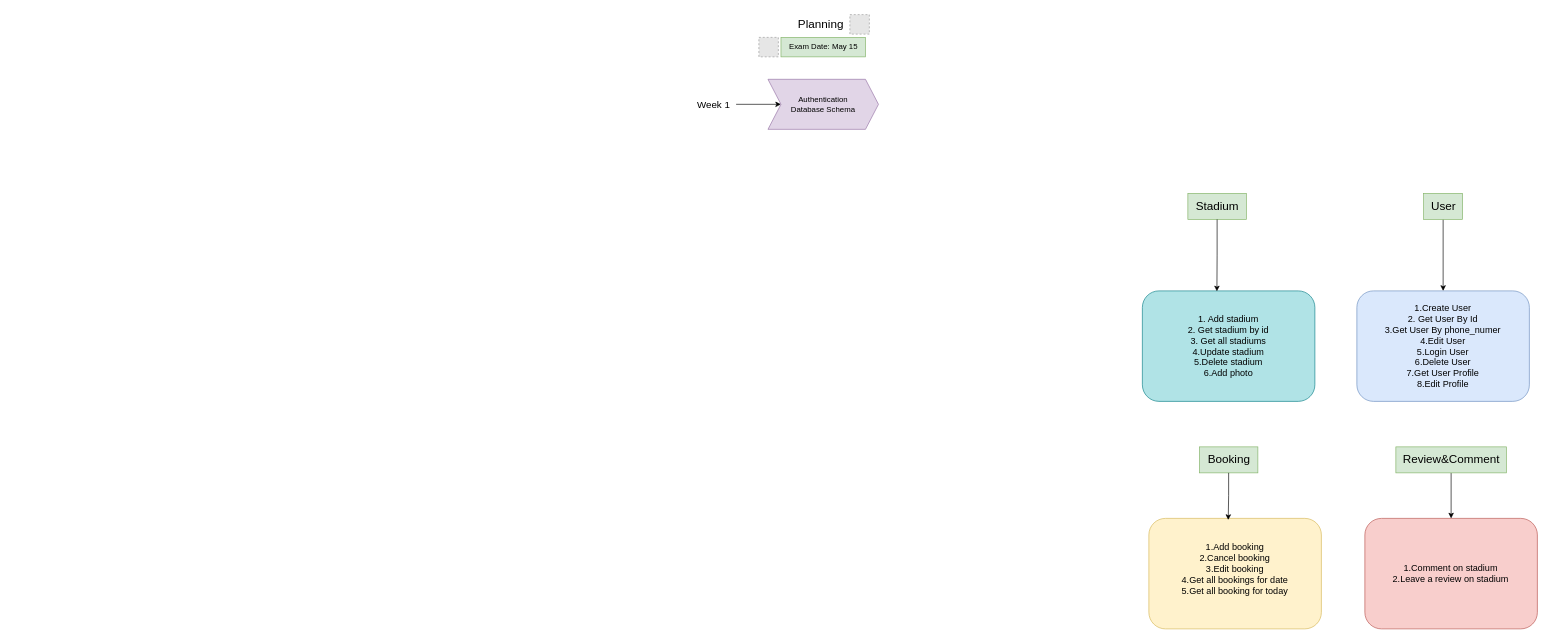
This is goball.drawio from abdukod1rov/git-demo, a draw.io file, before an edit. Source tidied: cells renumbered, new cells numbered last; positions are measured from the earlier drawing's top-left corner, leaving out a move shared by most shapes. Both pictures are drawn from the tidied source at 65%, with x=0, y=0 at pixel (690, 11). Pictures stored in the file or linked from it are replaced by grey dashed boxes.
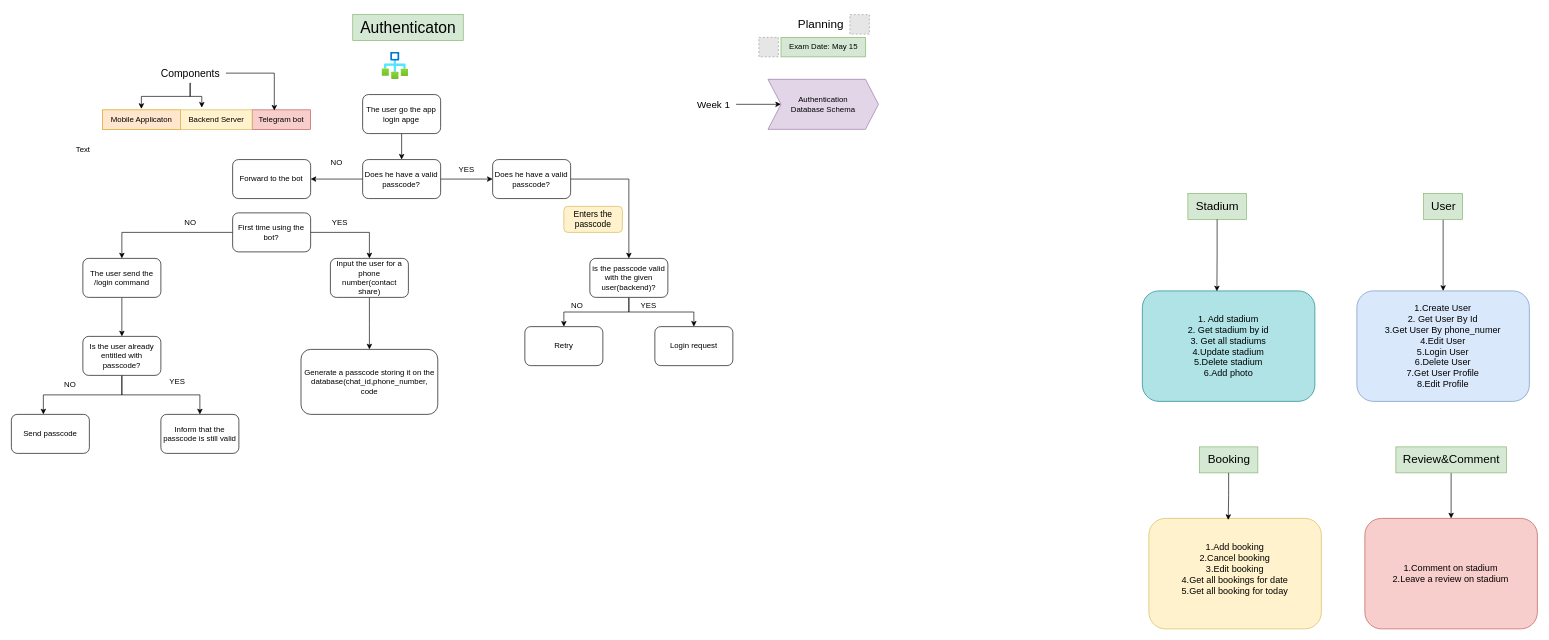
After the change.

Change to the diagram source:
```diff
@@
+    <mxCell id="21" value="&lt;font style=&quot;font-size: 24px;&quot;&gt;Authenticaton&lt;/font&gt;" style="text;html=1;align=center;verticalAlign=middle;strokeColor=#82b366;fillColor=#d5e8d4;" parent="1" vertex="1">
+      <mxGeometry x="-519.8" y="5" width="170" height="40" as="geometry" />
+    </mxCell>
+    <mxCell id="22" style="image;html=1;align=center;fontSize=12;image=img/lib/azure2/general/Workflow.svg;" parent="1" vertex="1">
+      <mxGeometry x="-475" y="62.5" width="40.8" height="42" as="geometry" />
+    </mxCell>
+    <mxCell id="23" style="edgeStyle=orthogonalEdgeStyle;rounded=0;jettySize=auto;html=1;" parent="1" edge="1" source="24" target="52">
+      <mxGeometry relative="1" as="geometry" />
+    </mxCell>
+    <mxCell id="24" value="The user go the app login apge" style="rounded=1;whiteSpace=wrap;html=1;" parent="1" vertex="1">
+      <mxGeometry x="-504.6" y="128" width="120" height="60" as="geometry" />
+    </mxCell>
+    <mxCell id="25" style="edgeStyle=orthogonalEdgeStyle;rounded=0;jettySize=auto;html=1;" parent="1" edge="1" source="27" target="29">
+      <mxGeometry relative="1" as="geometry" />
+    </mxCell>
+    <mxCell id="26" style="edgeStyle=orthogonalEdgeStyle;rounded=0;jettySize=auto;html=1;" parent="1" edge="1" source="27" target="32">
+      <mxGeometry relative="1" as="geometry" />
+    </mxCell>
+    <mxCell id="27" value="First time using the bot?" style="rounded=1;whiteSpace=wrap;html=1;" parent="1" vertex="1">
+      <mxGeometry x="-704.6" y="310" width="120" height="60" as="geometry" />
+    </mxCell>
+    <mxCell id="28" style="edgeStyle=orthogonalEdgeStyle;rounded=0;jettySize=auto;html=1;" parent="1" edge="1" source="29" target="34">
+      <mxGeometry relative="1" as="geometry" />
+    </mxCell>
+    <mxCell id="29" value="Input the user for a phone number(contact share)" style="rounded=1;whiteSpace=wrap;html=1;" parent="1" vertex="1">
+      <mxGeometry x="-554.2" y="380" width="120" height="60" as="geometry" />
+    </mxCell>
+    <mxCell id="30" value="YES" style="text;html=1;align=center;verticalAlign=middle;strokeColor=none;fillColor=none;" parent="1" vertex="1">
+      <mxGeometry x="-565" y="310" width="50" height="30" as="geometry" />
+    </mxCell>
+    <mxCell id="31" style="edgeStyle=orthogonalEdgeStyle;rounded=0;jettySize=auto;html=1;" parent="1" edge="1" source="32" target="45">
+      <mxGeometry relative="1" as="geometry" />
+    </mxCell>
+    <mxCell id="32" value="The user send the /login command" style="rounded=1;whiteSpace=wrap;html=1;" parent="1" vertex="1">
+      <mxGeometry x="-935" y="380" width="120" height="60" as="geometry" />
+    </mxCell>
+    <mxCell id="33" value="NO" style="text;html=1;align=center;verticalAlign=middle;strokeColor=none;fillColor=none;" parent="1" vertex="1">
+      <mxGeometry x="-790" y="310" width="40" height="30" as="geometry" />
+    </mxCell>
+    <mxCell id="34" value="Generate a passcode storing it on the database(chat_id,phone_number, code" style="rounded=1;whiteSpace=wrap;html=1;" parent="1" vertex="1">
+      <mxGeometry x="-599.4" y="520" width="210.4" height="100" as="geometry" />
+    </mxCell>
+    <mxCell id="35" value="&lt;font style=&quot;font-size: 16px;&quot;&gt;Components&lt;/font&gt;" style="text;html=1;align=center;verticalAlign=middle;points=[];strokeColor=none;fillColor=none;" parent="1" vertex="1">
+      <mxGeometry x="-825" y="80" width="110" height="30" as="geometry" />
+    </mxCell>
+    <mxCell id="36" value="Mobile Applicaton" style="text;html=1;align=center;verticalAlign=middle;points=[];strokeColor=#d79b00;fillColor=#ffe6cc;" parent="1" vertex="1">
+      <mxGeometry x="-904.6" y="151.5" width="120" height="30" as="geometry" />
+    </mxCell>
+    <mxCell id="37" value="Telegram bot" style="text;html=1;align=center;verticalAlign=middle;points=[];strokeColor=#b85450;fillColor=#f8cecc;" parent="1" vertex="1">
+      <mxGeometry x="-674.6" y="151.5" width="90" height="30" as="geometry" />
+    </mxCell>
+    <mxCell id="38" value="Backend Server" style="text;html=1;align=center;verticalAlign=middle;points=[];strokeColor=#d6b656;fillColor=#fff2cc;" parent="1" vertex="1">
+      <mxGeometry x="-784.6" y="151.5" width="110" height="30" as="geometry" />
+    </mxCell>
+    <mxCell id="39" style="edgeStyle=orthogonalEdgeStyle;rounded=0;jettySize=auto;html=1;entryX=0.296;entryY=-0.114;entryDx=0;entryDy=0;entryPerimeter=0;" parent="1" edge="1" source="35" target="38">
+      <mxGeometry relative="1" as="geometry" />
+    </mxCell>
+    <mxCell id="40" style="edgeStyle=orthogonalEdgeStyle;rounded=0;jettySize=auto;html=1;entryX=0.497;entryY=-0.05;entryDx=0;entryDy=0;entryPerimeter=0;" parent="1" edge="1" source="35" target="36">
+      <mxGeometry relative="1" as="geometry" />
+    </mxCell>
+    <mxCell id="41" style="edgeStyle=orthogonalEdgeStyle;rounded=0;jettySize=auto;html=1;entryX=0.379;entryY=0.036;entryDx=0;entryDy=0;entryPerimeter=0;" parent="1" edge="1" source="35" target="37">
+      <mxGeometry relative="1" as="geometry" />
+    </mxCell>
+    <mxCell id="42" value="Text" style="text;html=1;align=center;verticalAlign=middle;strokeColor=none;fillColor=none;" parent="1" vertex="1">
+      <mxGeometry x="-960" y="198" width="50" height="30" as="geometry" />
+    </mxCell>
+    <mxCell id="43" style="edgeStyle=orthogonalEdgeStyle;rounded=0;jettySize=auto;html=1;" parent="1" edge="1" source="45" target="46">
+      <mxGeometry relative="1" as="geometry" />
+    </mxCell>
+    <mxCell id="44" style="edgeStyle=orthogonalEdgeStyle;rounded=0;jettySize=auto;html=1;entryX=0.41;entryY=0;entryDx=0;entryDy=0;entryPerimeter=0;" parent="1" edge="1" source="45" target="47">
+      <mxGeometry relative="1" as="geometry" />
+    </mxCell>
+    <mxCell id="45" value="Is the user already entitled with passcode?" style="rounded=1;whiteSpace=wrap;html=1;" parent="1" vertex="1">
+      <mxGeometry x="-935" y="500" width="120" height="60" as="geometry" />
+    </mxCell>
+    <mxCell id="46" value="Inform that the passcode is still valid" style="rounded=1;whiteSpace=wrap;html=1;" parent="1" vertex="1">
+      <mxGeometry x="-815" y="620" width="120" height="60" as="geometry" />
+    </mxCell>
+    <mxCell id="47" value="Send passcode" style="rounded=1;whiteSpace=wrap;html=1;" parent="1" vertex="1">
+      <mxGeometry x="-1045" y="620" width="120" height="60" as="geometry" />
+    </mxCell>
+    <mxCell id="48" value="YES" style="text;html=1;align=center;verticalAlign=middle;strokeColor=none;fillColor=none;" parent="1" vertex="1">
+      <mxGeometry x="-815" y="555" width="50" height="30" as="geometry" />
+    </mxCell>
+    <mxCell id="49" value="NO" style="text;html=1;align=center;verticalAlign=middle;strokeColor=none;fillColor=none;" parent="1" vertex="1">
+      <mxGeometry x="-975" y="560" width="40" height="30" as="geometry" />
+    </mxCell>
+    <mxCell id="50" style="edgeStyle=orthogonalEdgeStyle;rounded=0;jettySize=auto;html=1;" parent="1" edge="1" source="52" target="54">
+      <mxGeometry relative="1" as="geometry" />
+    </mxCell>
+    <mxCell id="51" style="edgeStyle=orthogonalEdgeStyle;rounded=0;jettySize=auto;html=1;" parent="1" edge="1" source="52" target="56">
+      <mxGeometry relative="1" as="geometry" />
+    </mxCell>
+    <mxCell id="52" value="Does he have a valid passcode?" style="rounded=1;whiteSpace=wrap;html=1;" parent="1" vertex="1">
+      <mxGeometry x="-504.6" y="228" width="120" height="60" as="geometry" />
+    </mxCell>
+    <mxCell id="53" style="edgeStyle=orthogonalEdgeStyle;rounded=0;jettySize=auto;html=1;" parent="1" edge="1" source="54" target="60">
+      <mxGeometry relative="1" as="geometry" />
+    </mxCell>
+    <mxCell id="54" value="Does he have a valid passcode?" style="rounded=1;whiteSpace=wrap;html=1;" parent="1" vertex="1">
+      <mxGeometry x="-304.6" y="228" width="120" height="60" as="geometry" />
+    </mxCell>
+    <mxCell id="55" value="YES" style="text;html=1;align=center;verticalAlign=middle;strokeColor=none;fillColor=none;" parent="1" vertex="1">
+      <mxGeometry x="-370" y="228" width="50" height="30" as="geometry" />
+    </mxCell>
+    <mxCell id="56" value="&lt;span style=&quot;text-wrap: nowrap;&quot;&gt;Forward to the bot&lt;/span&gt;" style="rounded=1;whiteSpace=wrap;html=1;" parent="1" vertex="1">
+      <mxGeometry x="-704.6" y="228" width="120" height="60" as="geometry" />
+    </mxCell>
+    <mxCell id="57" value="NO" style="text;html=1;align=center;verticalAlign=middle;strokeColor=none;fillColor=none;" parent="1" vertex="1">
+      <mxGeometry x="-565" y="218" width="40" height="30" as="geometry" />
+    </mxCell>
+    <mxCell id="58" style="edgeStyle=orthogonalEdgeStyle;rounded=0;jettySize=auto;html=1;" parent="1" edge="1" source="60" target="63">
+      <mxGeometry relative="1" as="geometry" />
+    </mxCell>
+    <mxCell id="59" style="edgeStyle=orthogonalEdgeStyle;rounded=0;jettySize=auto;html=1;exitX=0.5;exitY=1;exitDx=0;exitDy=0;" parent="1" edge="1" source="60" target="65">
+      <mxGeometry relative="1" as="geometry" />
+    </mxCell>
+    <mxCell id="60" value="is the passcode valid with the given user(backend)?" style="rounded=1;whiteSpace=wrap;html=1;" parent="1" vertex="1">
+      <mxGeometry x="-155" y="380" width="120" height="60" as="geometry" />
+    </mxCell>
+    <mxCell id="61" value="&lt;div style=&quot;&quot;&gt;&lt;br&gt;&lt;/div&gt;" style="text;html=1;align=center;verticalAlign=middle;strokeColor=none;fillColor=none;" parent="1" vertex="1">
+      <mxGeometry x="-185" y="320" width="20" height="30" as="geometry" />
+    </mxCell>
+    <mxCell id="62" value="&lt;span style=&quot;font-size: 13px;&quot;&gt;Enters the passcode&lt;/span&gt;" style="rounded=1;whiteSpace=wrap;html=1;fillColor=#fff2cc;strokeColor=#d6b656;" parent="1" vertex="1">
+      <mxGeometry x="-195" y="300" width="90" height="40" as="geometry" />
+    </mxCell>
+    <mxCell id="63" value="Retry" style="rounded=1;whiteSpace=wrap;html=1;" parent="1" vertex="1">
+      <mxGeometry x="-255" y="485" width="120" height="60" as="geometry" />
+    </mxCell>
+    <mxCell id="64" value="NO" style="text;html=1;align=center;verticalAlign=middle;strokeColor=none;fillColor=none;" parent="1" vertex="1">
+      <mxGeometry x="-195" y="438" width="40" height="30" as="geometry" />
+    </mxCell>
+    <mxCell id="65" value="Login request" style="rounded=1;whiteSpace=wrap;html=1;" parent="1" vertex="1">
+      <mxGeometry x="-55" y="485" width="120" height="60" as="geometry" />
+    </mxCell>
+    <mxCell id="66" value="YES" style="text;html=1;align=center;verticalAlign=middle;strokeColor=none;fillColor=none;" parent="1" vertex="1">
+      <mxGeometry x="-90" y="438" width="50" height="30" as="geometry" />
+    </mxCell>
```
